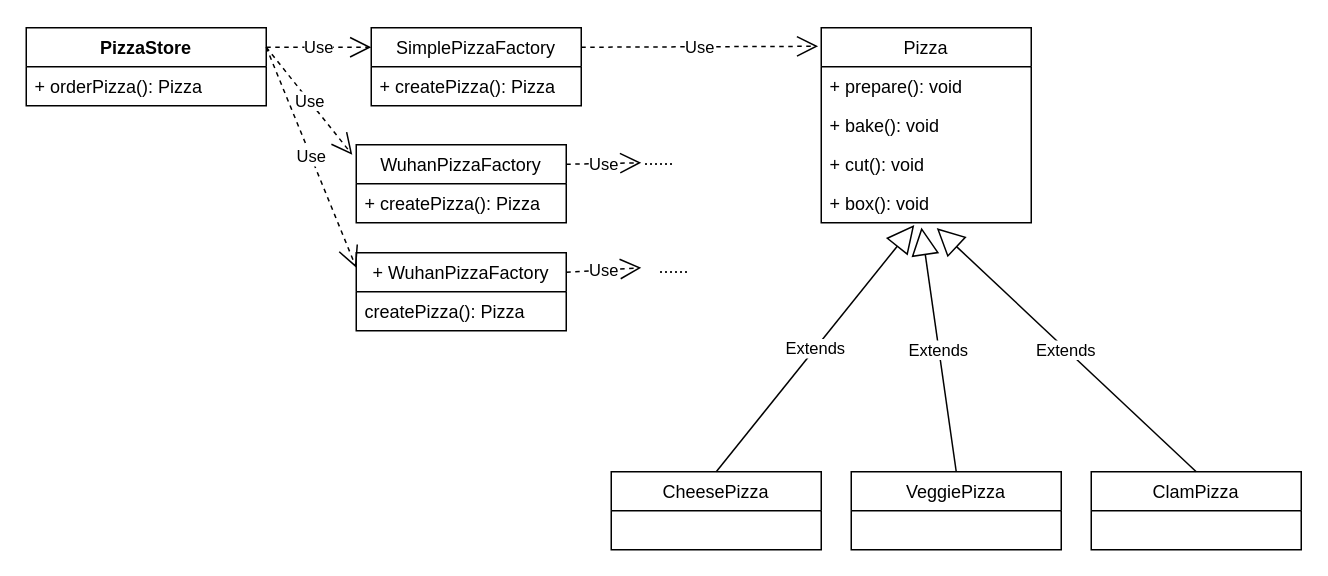
Earlier version of the draw.io diagram page "Simple Factory Object" (1 of 3) of design-pattern/factory/factory.drawio (NiLinli/learn-web). Source tidied: cells renumbered, new cells numbered last; positions are measured from the earlier drawing's top-left corner, leaving out a move shared by most shapes. Both pictures are drawn from the tidied source at 150%, with x=0, y=0 at pixel (26, 27).
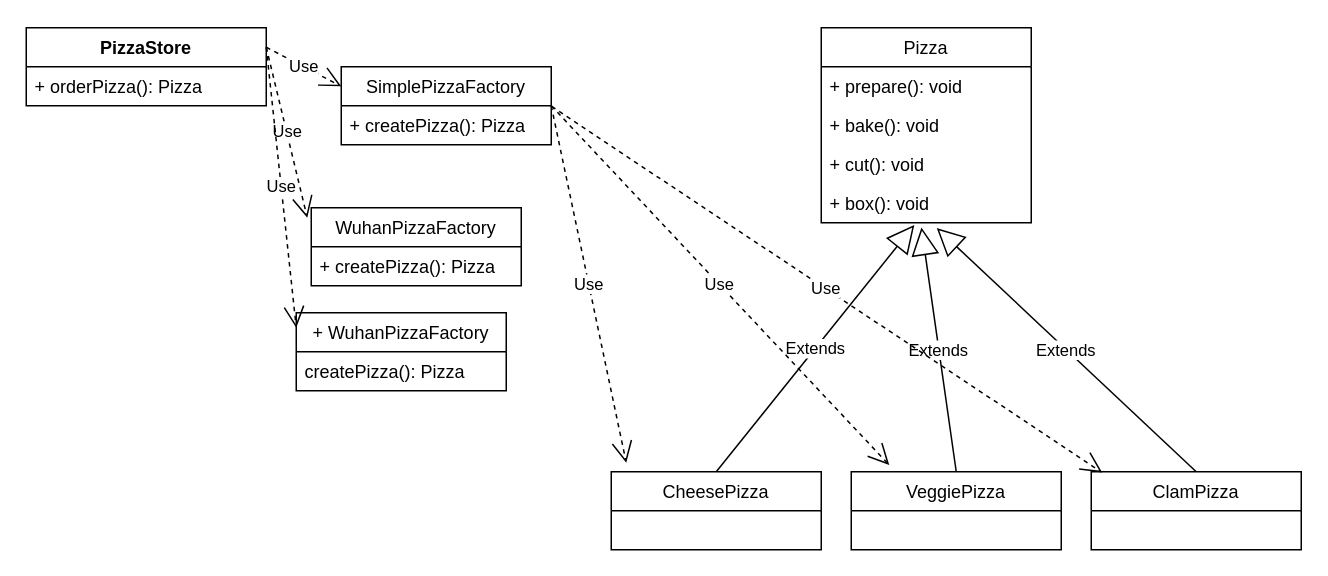
After the change.

The change refers to these unchanged cells:
```xml
<mxCell id="5" value="+ createPizza(): Pizza" style="text;strokeColor=none;fillColor=none;align=left;verticalAlign=top;spacingLeft=4;spacingRight=4;overflow=hidden;points=[[0,0.5],[1,0.5]];portConstraint=eastwest;" parent="4" vertex="1">
  <mxGeometry y="26" width="140" height="26" as="geometry" />
</mxCell>
<mxCell id="6" value="Pizza" style="swimlane;fontStyle=0;horizontal=1;startSize=26;fillColor=none;" parent="1" vertex="1">
  <mxGeometry x="530" width="140" height="130" as="geometry" />
</mxCell>
<mxCell id="12" value="VeggiePizza" style="swimlane;fontStyle=0;horizontal=1;startSize=26;fillColor=none;" parent="1" vertex="1">
  <mxGeometry x="550" y="296" width="140" height="52" as="geometry" />
</mxCell>
<mxCell id="13" value="ClamPizza" style="swimlane;fontStyle=0;horizontal=1;startSize=26;fillColor=none;" parent="1" vertex="1">
  <mxGeometry x="710" y="296" width="140" height="52" as="geometry" />
</mxCell>
```

What changed in the source:
```diff
@@
     <mxCell id="4" value="SimplePizzaFactory" style="swimlane;fontStyle=0;horizontal=1;startSize=26;fillColor=none;" parent="1" vertex="1">
-      <mxGeometry x="230" width="140" height="52" as="geometry" />
+      <mxGeometry x="210" y="26" width="140" height="52" as="geometry" />
     </mxCell>
@@
-    <mxCell id="18" value="Use" style="endArrow=open;endSize=12;dashed=1;html=1;exitX=1;exitY=0.25;exitDx=0;exitDy=0;entryX=-0.015;entryY=0.095;entryDx=0;entryDy=0;entryPerimeter=0;" parent="1" edge="1" source="4" target="6">
-      <mxGeometry relative="1" as="geometry" />
+    <mxCell id="18" value="Use" style="endArrow=open;endSize=12;dashed=1;html=1;" parent="1" edge="1">
+      <mxGeometry relative="1" as="geometry">
+        <mxPoint x="350" y="52" as="sourcePoint" />
+        <mxPoint x="400" y="290" as="targetPoint" />
+      </mxGeometry>
     </mxCell>
     <mxCell id="19" value="WuhanPizzaFactory" style="swimlane;fontStyle=0;horizontal=1;startSize=26;fillColor=none;" parent="1" vertex="1">
-      <mxGeometry x="220" y="78" width="140" height="52" as="geometry" />
+      <mxGeometry x="190" y="120" width="140" height="52" as="geometry" />
     </mxCell>
@@
     <mxCell id="21" value="+ WuhanPizzaFactory" style="swimlane;fontStyle=0;horizontal=1;startSize=26;fillColor=none;" parent="1" vertex="1">
-      <mxGeometry x="220" y="150" width="140" height="52" as="geometry" />
+      <mxGeometry x="180" y="190" width="140" height="52" as="geometry" />
     </mxCell>
@@
-    <mxCell id="25" value="Use" style="endArrow=open;endSize=12;dashed=1;html=1;exitX=1;exitY=0.25;exitDx=0;exitDy=0;" parent="1" edge="1" source="19">
-      <mxGeometry relative="1" as="geometry">
-        <mxPoint x="410" y="90" as="targetPoint" />
-      </mxGeometry>
-    </mxCell>
-    <mxCell id="26" value="Use" style="endArrow=open;endSize=12;dashed=1;html=1;exitX=1;exitY=0.25;exitDx=0;exitDy=0;" parent="1" edge="1" source="21">
-      <mxGeometry relative="1" as="geometry">
-        <mxPoint x="410" y="160" as="targetPoint" />
-      </mxGeometry>
-    </mxCell>
-    <mxCell id="27" value="......" style="text;html=1;align=left;verticalAlign=top;spacingTop=-4;" parent="1" vertex="1">
-      <mxGeometry x="410" y="78" width="40" height="10" as="geometry" />
-    </mxCell>
-    <mxCell id="28" value="......" style="text;html=1;align=left;verticalAlign=top;spacingTop=-4;" parent="1" vertex="1">
-      <mxGeometry x="420" y="150" width="40" height="10" as="geometry" />
-    </mxCell>
+    <mxCell id="29" value="Use" style="endArrow=open;endSize=12;dashed=1;html=1;exitX=1;exitY=0.5;exitDx=0;exitDy=0;entryX=0.181;entryY=-0.086;entryDx=0;entryDy=0;entryPerimeter=0;" parent="1" edge="1" source="4" target="12">
+      <mxGeometry relative="1" as="geometry" />
+    </mxCell>
+    <mxCell id="30" value="Use" style="endArrow=open;endSize=12;dashed=1;html=1;exitX=1.002;exitY=0.019;exitDx=0;exitDy=0;entryX=0.052;entryY=0.01;entryDx=0;entryDy=0;entryPerimeter=0;exitPerimeter=0;" parent="1" edge="1" source="5" target="13">
+      <mxGeometry relative="1" as="geometry" />
+    </mxCell>
```
